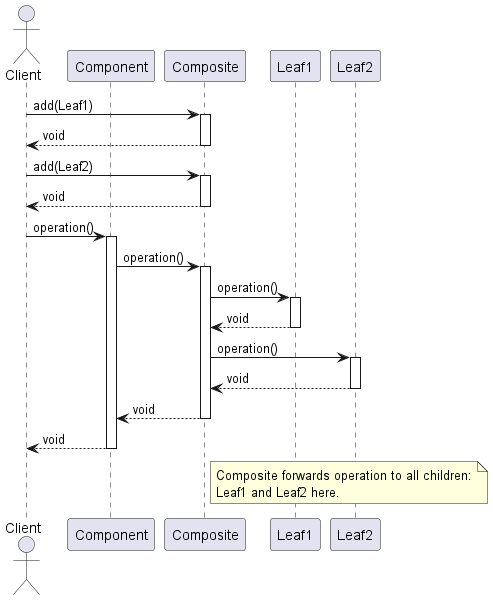
Earlier version of the PlantUML export Patterns/Manuscript/manuscript/images/ch07_Composite/CompositePatternSequenceDiagram.png (Gabriel-SoftwareAG/DesignPatterns). Its diagram source:
```plantuml
@startuml CompositePatternSequenceDiagram

actor Client
participant "Component" as Component
participant "Composite" as Composite
participant "Leaf1" as Leaf1
participant "Leaf2" as Leaf2

Client -> Composite : add(Leaf1)
activate Composite
Composite --> Client : void
deactivate Composite

Client -> Composite : add(Leaf2)
activate Composite
Composite --> Client : void
deactivate Composite

Client -> Component : operation()
activate Component

Component -> Composite : operation()
activate Composite
Composite -> Leaf1 : operation()
activate Leaf1
Leaf1 --> Composite : void
deactivate Leaf1

Composite -> Leaf2 : operation()
activate Leaf2
Leaf2 --> Composite : void
deactivate Leaf2

Composite --> Component : void
deactivate Composite

Component --> Client : void
deactivate Component

note right of Composite
  Composite forwards operation to all children:
  Leaf1 and Leaf2 here.
end note

@enduml
```
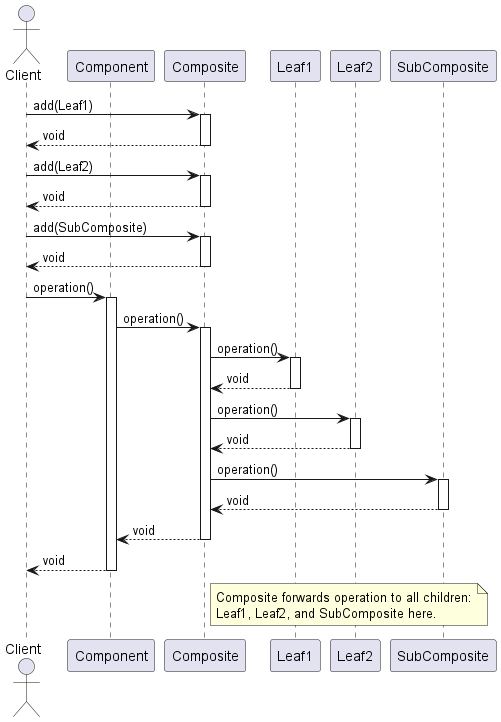
Later version of the same file.

Diff of the diagram source:
```diff
@@ -5,6 +5,7 @@
 participant "Composite" as Composite
 participant "Leaf1" as Leaf1
 participant "Leaf2" as Leaf2
+participant "SubComposite" as SubComposite
 
 Client -> Composite : add(Leaf1)
 activate Composite
@@ -12,6 +13,11 @@
 deactivate Composite
 
 Client -> Composite : add(Leaf2)
+activate Composite
+Composite --> Client : void
+deactivate Composite
+
+Client -> Composite : add(SubComposite)
 activate Composite
 Composite --> Client : void
 deactivate Composite
@@ -31,6 +37,11 @@
 Leaf2 --> Composite : void
 deactivate Leaf2
 
+Composite -> SubComposite : operation()
+activate SubComposite
+SubComposite --> Composite : void
+deactivate SubComposite
+
 Composite --> Component : void
 deactivate Composite
 
@@ -39,7 +50,7 @@
 
 note right of Composite
   Composite forwards operation to all children:
-  Leaf1 and Leaf2 here.
+  Leaf1, Leaf2, and SubComposite here.
 end note
 
 @enduml
```
